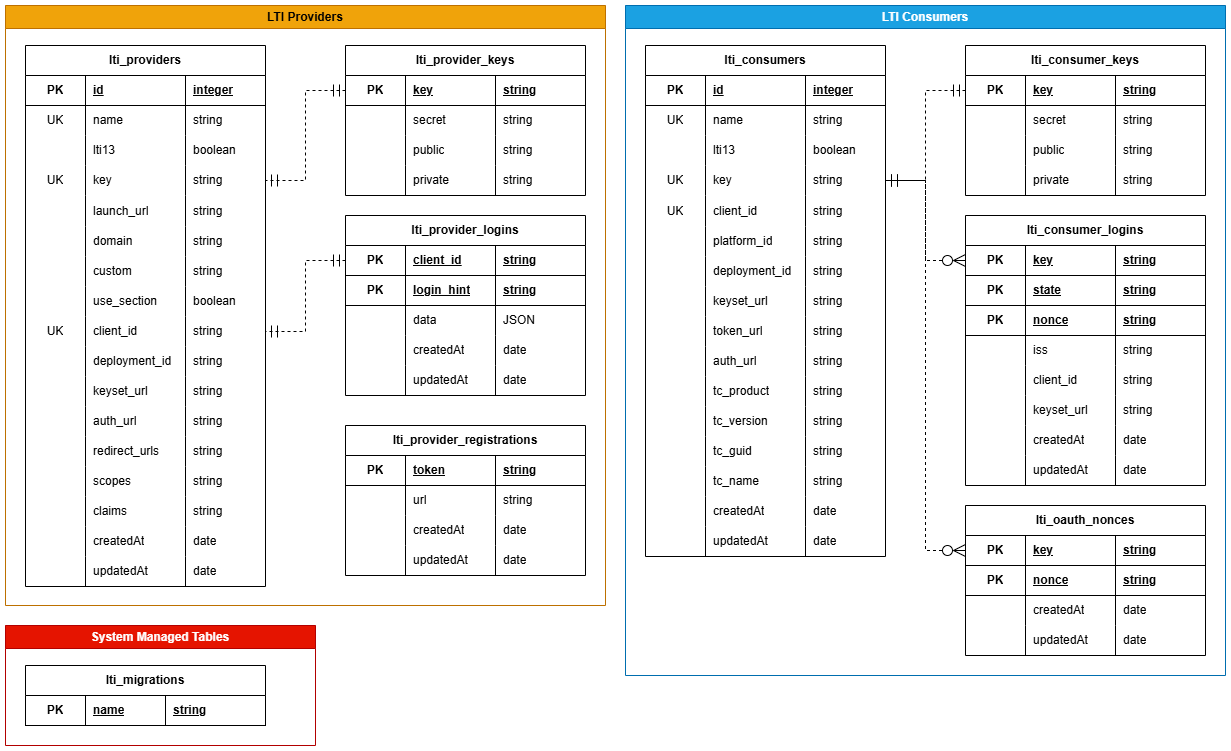
This is docs/content/00-general/01-database/images/database.png from alt-cs-lab/lti-toolkit, a draw.io export, as it was before one commit. Source tidied: cells renumbered, new cells last; positions are measured from the earlier drawing's top-left corner, leaving out a move shared by most shapes.
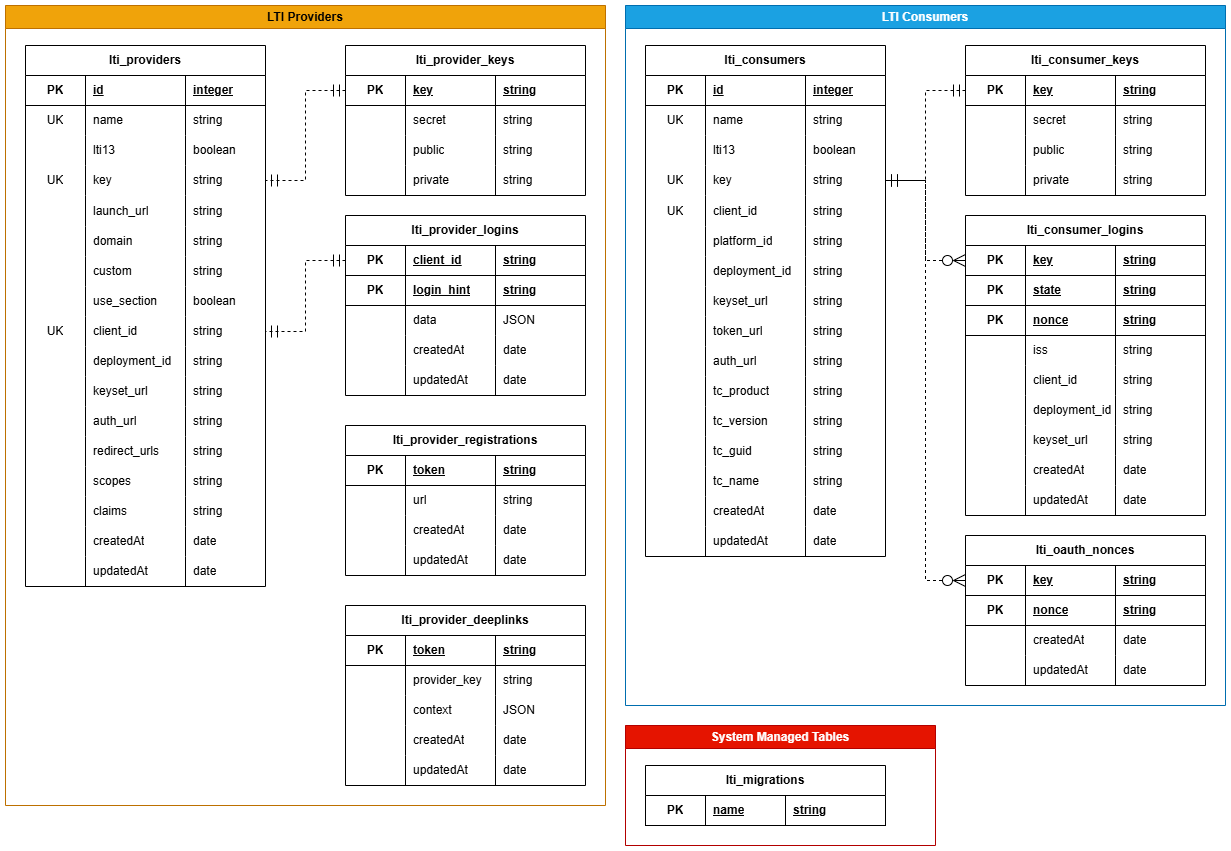
Above is the later version.

Diff of the diagram source:
```diff
@@ -3,7 +3,7 @@
     <mxCell id="0" />
     <mxCell id="1" parent="0" />
     <mxCell id="2" value="System Managed Tables" style="swimlane;whiteSpace=wrap;html=1;fillColor=#e51400;fontColor=#ffffff;strokeColor=#B20000;" parent="1" vertex="1">
-      <mxGeometry y="620" width="310" height="120" as="geometry" />
+      <mxGeometry x="620" y="720" width="310" height="120" as="geometry" />
     </mxCell>
     <mxCell id="3" value="lti_migrations" style="shape=table;startSize=30;rowLines=0;fontStyle=1;align=center;html=1;whiteSpace=wrap;" parent="2" vertex="1">
       <mxGeometry x="20" y="40" width="240" height="60" as="geometry" />
@@ -21,7 +21,7 @@
       <mxGeometry x="140" width="100" height="30" as="geometry" />
     </mxCell>
     <mxCell id="8" value="LTI Consumers" style="swimlane;whiteSpace=wrap;html=1;fillColor=#1ba1e2;fontColor=#ffffff;strokeColor=#006EAF;" parent="1" vertex="1">
-      <mxGeometry x="620" width="600" height="670" as="geometry" />
+      <mxGeometry x="620" width="600" height="700" as="geometry" />
     </mxCell>
     <mxCell id="9" value="lti_consumers" style="shape=table;startSize=30;rowLines=0;fontStyle=1;align=center;html=1;whiteSpace=wrap;" parent="8" vertex="1">
       <mxGeometry x="20" y="40" width="240" height="511" as="geometry" />
@@ -273,7 +273,7 @@
       <mxGeometry relative="1" as="geometry" />
     </mxCell>
     <mxCell id="92" value="lti_consumer_logins" style="shape=table;startSize=30;rowLines=0;fontStyle=1;align=center;html=1;whiteSpace=wrap;" parent="8" vertex="1">
-      <mxGeometry x="340" y="210" width="240" height="270" as="geometry" />
+      <mxGeometry x="340" y="210" width="240" height="300" as="geometry" />
     </mxCell>
     <mxCell id="93" style="shape=tableRow;horizontal=0;startSize=0;swimlaneHead=0;swimlaneBody=0;fillColor=none;points=[[0,0.5],[1,0.5]];portConstraint=eastwest;top=0;left=0;right=0;bottom=1;html=1;" parent="92" vertex="1">
       <mxGeometry y="30" width="240" height="30" as="geometry" />
@@ -335,8 +335,20 @@
     <mxCell id="112" value="string" style="shape=partialRectangle;fillColor=none;top=0;left=0;bottom=0;right=0;align=left;spacingLeft=6;overflow=hidden;html=1;whiteSpace=wrap;fontStyle=0;" parent="109" vertex="1">
       <mxGeometry x="150" width="90" height="30" as="geometry" />
     </mxCell>
+    <mxCell id="271" style="shape=tableRow;horizontal=0;startSize=0;swimlaneHead=0;swimlaneBody=0;fillColor=none;top=0;left=0;right=0;bottom=0;html=1;swimlaneFillColor=none;swimlaneLine=1;" parent="92" vertex="1">
+      <mxGeometry y="180" width="240" height="30" as="geometry" />
+    </mxCell>
+    <mxCell id="272" style="shape=partialRectangle;fillColor=none;top=0;left=0;bottom=0;right=0;overflow=hidden;html=1;whiteSpace=wrap;" parent="271" vertex="1">
+      <mxGeometry width="60" height="30" as="geometry" />
+    </mxCell>
+    <mxCell id="273" value="deployment_id" style="shape=partialRectangle;fillColor=none;top=0;left=0;bottom=0;right=0;align=left;spacingLeft=6;overflow=hidden;html=1;whiteSpace=wrap;fontStyle=0;" parent="271" vertex="1">
+      <mxGeometry x="60" width="90" height="30" as="geometry" />
+    </mxCell>
+    <mxCell id="274" value="string" style="shape=partialRectangle;fillColor=none;top=0;left=0;bottom=0;right=0;align=left;spacingLeft=6;overflow=hidden;html=1;whiteSpace=wrap;fontStyle=0;" parent="271" vertex="1">
+      <mxGeometry x="150" width="90" height="30" as="geometry" />
+    </mxCell>
     <mxCell id="113" style="shape=tableRow;horizontal=0;startSize=0;swimlaneHead=0;swimlaneBody=0;fillColor=none;top=0;left=0;right=0;bottom=0;html=1;swimlaneFillColor=none;swimlaneLine=1;" parent="92" vertex="1">
-      <mxGeometry y="180" width="240" height="30" as="geometry" />
+      <mxGeometry y="210" width="240" height="30" as="geometry" />
     </mxCell>
     <mxCell id="114" style="shape=partialRectangle;fillColor=none;top=0;left=0;bottom=0;right=0;overflow=hidden;html=1;whiteSpace=wrap;" parent="113" vertex="1">
       <mxGeometry width="60" height="30" as="geometry" />
@@ -348,7 +360,7 @@
       <mxGeometry x="150" width="90" height="30" as="geometry" />
     </mxCell>
     <mxCell id="117" style="shape=tableRow;horizontal=0;startSize=0;swimlaneHead=0;swimlaneBody=0;fillColor=none;top=0;left=0;right=0;bottom=0;html=1;swimlaneFillColor=none;swimlaneLine=1;" parent="92" vertex="1">
-      <mxGeometry y="210" width="240" height="30" as="geometry" />
+      <mxGeometry y="240" width="240" height="30" as="geometry" />
     </mxCell>
     <mxCell id="118" style="shape=partialRectangle;fillColor=none;top=0;left=0;bottom=0;right=0;overflow=hidden;html=1;whiteSpace=wrap;" parent="117" vertex="1">
       <mxGeometry width="60" height="30" as="geometry" />
@@ -360,7 +372,7 @@
       <mxGeometry x="150" width="90" height="30" as="geometry" />
     </mxCell>
     <mxCell id="121" style="shape=tableRow;horizontal=0;startSize=0;swimlaneHead=0;swimlaneBody=0;fillColor=none;top=0;left=0;right=0;bottom=0;html=1;swimlaneFillColor=none;swimlaneLine=1;" parent="92" vertex="1">
-      <mxGeometry y="240" width="240" height="30" as="geometry" />
+      <mxGeometry y="270" width="240" height="30" as="geometry" />
     </mxCell>
     <mxCell id="122" style="shape=partialRectangle;fillColor=none;top=0;left=0;bottom=0;right=0;overflow=hidden;html=1;whiteSpace=wrap;" parent="121" vertex="1">
       <mxGeometry width="60" height="30" as="geometry" />
@@ -375,7 +387,7 @@
       <mxGeometry relative="1" as="geometry" />
     </mxCell>
     <mxCell id="126" value="lti_oauth_nonces" style="shape=table;startSize=30;rowLines=0;fontStyle=1;align=center;html=1;whiteSpace=wrap;" parent="8" vertex="1">
-      <mxGeometry x="340" y="500" width="240" height="150" as="geometry" />
+      <mxGeometry x="340" y="530" width="240" height="150" as="geometry" />
     </mxCell>
     <mxCell id="127" style="shape=tableRow;horizontal=0;startSize=0;swimlaneHead=0;swimlaneBody=0;fillColor=none;points=[[0,0.5],[1,0.5]];portConstraint=eastwest;top=0;left=0;right=0;bottom=1;html=1;" parent="126" vertex="1">
       <mxGeometry y="30" width="240" height="30" as="geometry" />
@@ -429,7 +441,7 @@
       <mxGeometry relative="1" as="geometry" />
     </mxCell>
     <mxCell id="144" value="LTI Providers" style="swimlane;whiteSpace=wrap;html=1;fillColor=#f0a30a;fontColor=#000000;strokeColor=#BD7000;" parent="1" vertex="1">
-      <mxGeometry width="600" height="600" as="geometry" />
+      <mxGeometry width="600" height="800" as="geometry" />
     </mxCell>
     <mxCell id="145" value="lti_providers" style="shape=table;startSize=30;rowLines=0;fontStyle=1;align=center;html=1;whiteSpace=wrap;" parent="144" vertex="1">
       <mxGeometry x="20" y="40" width="240" height="541" as="geometry" />
@@ -814,5 +826,68 @@
     <mxCell id="270" style="edgeStyle=orthogonalEdgeStyle;rounded=0;jettySize=auto;html=1;exitX=0;exitY=0.5;exitDx=0;exitDy=0;dashed=1;startArrow=ERmandOne;startFill=0;endArrow=ERmandOne;endFill=0;endSize=10;startSize=10;entryX=1;entryY=0.5;entryDx=0;entryDy=0;" parent="144" edge="1" source="233" target="178">
       <mxGeometry relative="1" as="geometry" />
     </mxCell>
+    <mxCell id="275" value="lti_provider_deeplinks" style="shape=table;startSize=30;rowLines=0;fontStyle=1;align=center;html=1;whiteSpace=wrap;" parent="144" vertex="1">
+      <mxGeometry x="340" y="600" width="240" height="180" as="geometry" />
+    </mxCell>
+    <mxCell id="276" style="shape=tableRow;horizontal=0;startSize=0;swimlaneHead=0;swimlaneBody=0;fillColor=none;top=0;left=0;right=0;bottom=1;html=1;" parent="275" vertex="1">
+      <mxGeometry y="30" width="240" height="30" as="geometry" />
+    </mxCell>
+    <mxCell id="277" value="PK" style="shape=partialRectangle;fillColor=none;top=0;left=0;bottom=0;right=0;fontStyle=1;overflow=hidden;html=1;whiteSpace=wrap;" parent="276" vertex="1">
+      <mxGeometry width="60" height="30" as="geometry" />
+    </mxCell>
+    <mxCell id="278" value="token" style="shape=partialRectangle;fillColor=none;top=0;left=0;bottom=0;right=0;align=left;spacingLeft=6;fontStyle=5;overflow=hidden;html=1;whiteSpace=wrap;" parent="276" vertex="1">
+      <mxGeometry x="60" width="90" height="30" as="geometry" />
+    </mxCell>
+    <mxCell id="279" value="string" style="shape=partialRectangle;fillColor=none;top=0;left=0;bottom=0;right=0;align=left;spacingLeft=6;fontStyle=5;overflow=hidden;html=1;whiteSpace=wrap;" parent="276" vertex="1">
+      <mxGeometry x="150" width="90" height="30" as="geometry" />
+    </mxCell>
+    <mxCell id="280" style="shape=tableRow;horizontal=0;startSize=0;swimlaneHead=0;swimlaneBody=0;fillColor=none;top=0;left=0;right=0;bottom=0;html=1;swimlaneFillColor=none;swimlaneLine=1;" parent="275" vertex="1">
+      <mxGeometry y="60" width="240" height="30" as="geometry" />
+    </mxCell>
+    <mxCell id="281" style="shape=partialRectangle;fillColor=none;top=0;left=0;bottom=0;right=0;overflow=hidden;html=1;whiteSpace=wrap;" parent="280" vertex="1">
+      <mxGeometry width="60" height="30" as="geometry" />
+    </mxCell>
+    <mxCell id="282" value="provider_key" style="shape=partialRectangle;fillColor=none;top=0;left=0;bottom=0;right=0;align=left;spacingLeft=6;overflow=hidden;html=1;whiteSpace=wrap;fontStyle=0;" parent="280" vertex="1">
+      <mxGeometry x="60" width="90" height="30" as="geometry" />
+    </mxCell>
+    <mxCell id="283" value="string" style="shape=partialRectangle;fillColor=none;top=0;left=0;bottom=0;right=0;align=left;spacingLeft=6;overflow=hidden;html=1;whiteSpace=wrap;fontStyle=0;" parent="280" vertex="1">
+      <mxGeometry x="150" width="90" height="30" as="geometry" />
+    </mxCell>
+    <mxCell id="284" style="shape=tableRow;horizontal=0;startSize=0;swimlaneHead=0;swimlaneBody=0;fillColor=none;top=0;left=0;right=0;bottom=0;html=1;swimlaneFillColor=none;swimlaneLine=1;" parent="275" vertex="1">
+      <mxGeometry y="90" width="240" height="30" as="geometry" />
+    </mxCell>
+    <mxCell id="285" style="shape=partialRectangle;fillColor=none;top=0;left=0;bottom=0;right=0;overflow=hidden;html=1;whiteSpace=wrap;" parent="284" vertex="1">
+      <mxGeometry width="60" height="30" as="geometry" />
+    </mxCell>
+    <mxCell id="286" value="context" style="shape=partialRectangle;fillColor=none;top=0;left=0;bottom=0;right=0;align=left;spacingLeft=6;overflow=hidden;html=1;whiteSpace=wrap;fontStyle=0;" parent="284" vertex="1">
+      <mxGeometry x="60" width="90" height="30" as="geometry" />
+    </mxCell>
+    <mxCell id="287" value="JSON" style="shape=partialRectangle;fillColor=none;top=0;left=0;bottom=0;right=0;align=left;spacingLeft=6;overflow=hidden;html=1;whiteSpace=wrap;fontStyle=0;" parent="284" vertex="1">
+      <mxGeometry x="150" width="90" height="30" as="geometry" />
+    </mxCell>
+    <mxCell id="288" style="shape=tableRow;horizontal=0;startSize=0;swimlaneHead=0;swimlaneBody=0;fillColor=none;top=0;left=0;right=0;bottom=0;html=1;swimlaneFillColor=none;swimlaneLine=1;" parent="275" vertex="1">
+      <mxGeometry y="120" width="240" height="30" as="geometry" />
+    </mxCell>
+    <mxCell id="289" style="shape=partialRectangle;fillColor=none;top=0;left=0;bottom=0;right=0;overflow=hidden;html=1;whiteSpace=wrap;" parent="288" vertex="1">
+      <mxGeometry width="60" height="30" as="geometry" />
+    </mxCell>
+    <mxCell id="290" value="createdAt" style="shape=partialRectangle;fillColor=none;top=0;left=0;bottom=0;right=0;align=left;spacingLeft=6;overflow=hidden;html=1;whiteSpace=wrap;fontStyle=0;" parent="288" vertex="1">
+      <mxGeometry x="60" width="90" height="30" as="geometry" />
+    </mxCell>
+    <mxCell id="291" value="date" style="shape=partialRectangle;fillColor=none;top=0;left=0;bottom=0;right=0;align=left;spacingLeft=6;overflow=hidden;html=1;whiteSpace=wrap;fontStyle=0;" parent="288" vertex="1">
+      <mxGeometry x="150" width="90" height="30" as="geometry" />
+    </mxCell>
+    <mxCell id="292" style="shape=tableRow;horizontal=0;startSize=0;swimlaneHead=0;swimlaneBody=0;fillColor=none;top=0;left=0;right=0;bottom=0;html=1;swimlaneFillColor=none;swimlaneLine=1;" parent="275" vertex="1">
+      <mxGeometry y="150" width="240" height="30" as="geometry" />
+    </mxCell>
+    <mxCell id="293" style="shape=partialRectangle;fillColor=none;top=0;left=0;bottom=0;right=0;overflow=hidden;html=1;whiteSpace=wrap;" parent="292" vertex="1">
+      <mxGeometry width="60" height="30" as="geometry" />
+    </mxCell>
+    <mxCell id="294" value="updatedAt" style="shape=partialRectangle;fillColor=none;top=0;left=0;bottom=0;right=0;align=left;spacingLeft=6;overflow=hidden;html=1;whiteSpace=wrap;fontStyle=0;" parent="292" vertex="1">
+      <mxGeometry x="60" width="90" height="30" as="geometry" />
+    </mxCell>
+    <mxCell id="295" value="date" style="shape=partialRectangle;fillColor=none;top=0;left=0;bottom=0;right=0;align=left;spacingLeft=6;overflow=hidden;html=1;whiteSpace=wrap;fontStyle=0;" parent="292" vertex="1">
+      <mxGeometry x="150" width="90" height="30" as="geometry" />
+    </mxCell>
   </root>
 </mxGraphModel>
```
